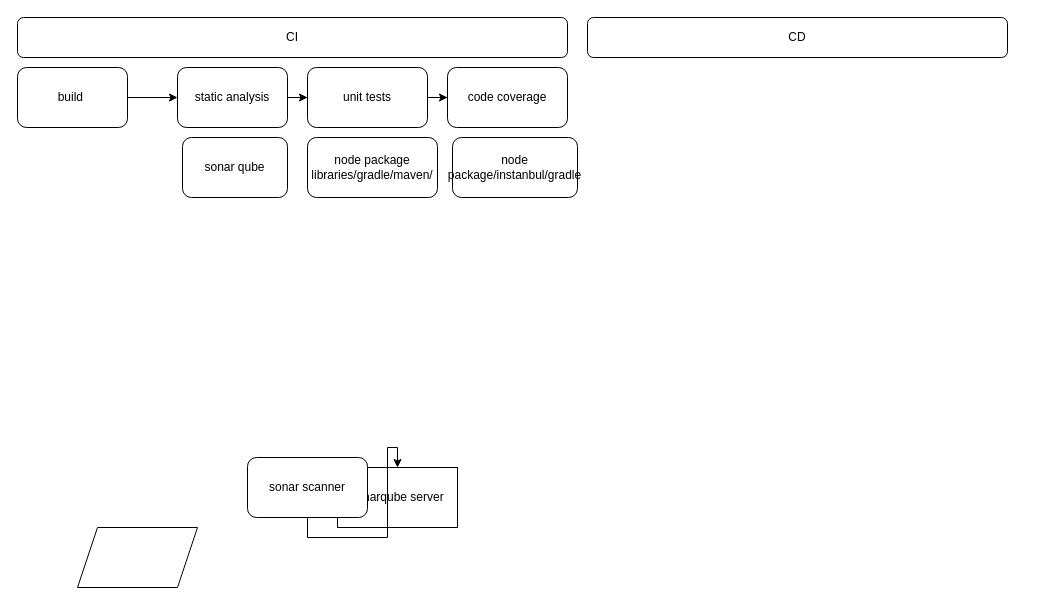
The draw.io diagram Untitled Diagram.drawio in sidhesh91/ARMTemplateAvailabilitySet, before the edit. Source tidied: cells renumbered, new cells numbered last; positions are measured from the earlier drawing's top-left corner, leaving out a move shared by most shapes. Both pictures are drawn from the tidied source at 100%, with x=0, y=0 at pixel (17, 17).
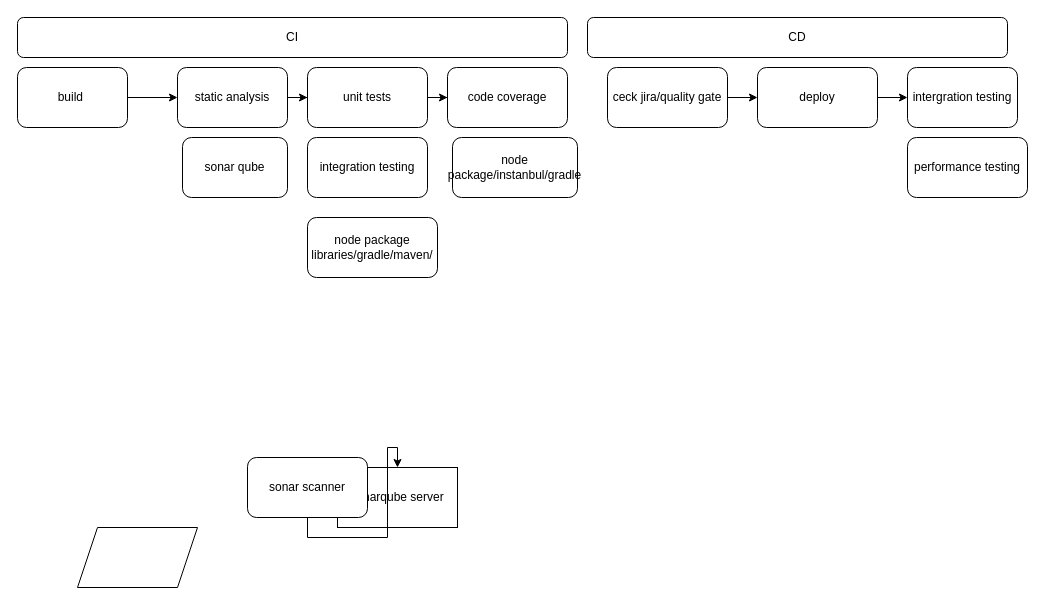
Above is the later version.

Change to the diagram source:
```diff
@@
     <mxCell id="16" value="node package libraries/gradle/maven/" style="rounded=1;whiteSpace=wrap;html=1;" parent="1" vertex="1">
-      <mxGeometry x="290" y="120" width="130" height="60" as="geometry" />
+      <mxGeometry x="290" y="200" width="130" height="60" as="geometry" />
     </mxCell>
@@
+    <mxCell id="18" style="edgeStyle=orthogonalEdgeStyle;rounded=0;jettySize=auto;html=1;" parent="1" edge="1" source="19" target="21">
+      <mxGeometry relative="1" as="geometry" />
+    </mxCell>
+    <mxCell id="19" value="ceck jira/quality gate" style="rounded=1;whiteSpace=wrap;html=1;" parent="1" vertex="1">
+      <mxGeometry x="590" y="50" width="120" height="60" as="geometry" />
+    </mxCell>
+    <mxCell id="20" style="edgeStyle=orthogonalEdgeStyle;rounded=0;jettySize=auto;html=1;" parent="1" edge="1" source="21" target="22">
+      <mxGeometry relative="1" as="geometry" />
+    </mxCell>
+    <mxCell id="21" value="deploy" style="rounded=1;whiteSpace=wrap;html=1;" parent="1" vertex="1">
+      <mxGeometry x="740" y="50" width="120" height="60" as="geometry" />
+    </mxCell>
+    <mxCell id="22" value="intergration testing" style="rounded=1;whiteSpace=wrap;html=1;" parent="1" vertex="1">
+      <mxGeometry x="890" y="50" width="110" height="60" as="geometry" />
+    </mxCell>
+    <mxCell id="23" value="integration testing" style="rounded=1;whiteSpace=wrap;html=1;" parent="1" vertex="1">
+      <mxGeometry x="290" y="120" width="120" height="60" as="geometry" />
+    </mxCell>
+    <mxCell id="24" value="performance testing" style="rounded=1;whiteSpace=wrap;html=1;" parent="1" vertex="1">
+      <mxGeometry x="890" y="120" width="120" height="60" as="geometry" />
+    </mxCell>
```
